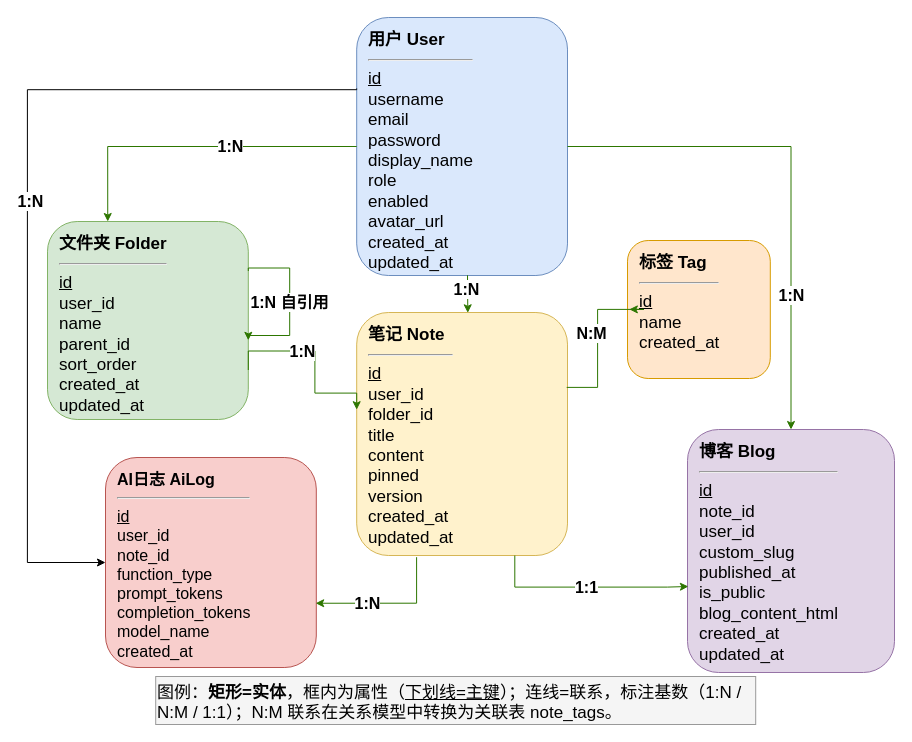
SeekLife0/diagrams keeps this draw.io diagram as E-R图.drawio. Above is the earlier version. Source tidied: cells renumbered, new cells numbered last; positions are measured from the earlier drawing's top-left corner, leaving out a move shared by most shapes. Both pictures are drawn from the tidied source at 100%, with x=0, y=0 at pixel (27, 17).
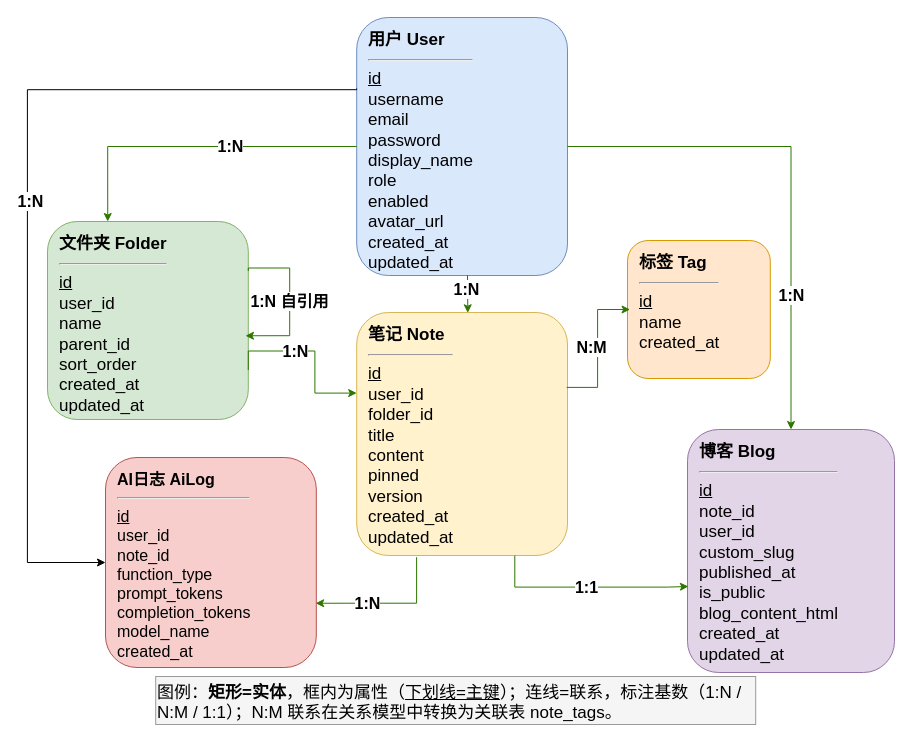
The same diagram, later.

Unchanged cells that the change refers to:
```xml
<mxCell id="3" value="&lt;b&gt;文件夹 Folder&lt;/b&gt;&lt;br&gt;&lt;hr&gt;&lt;u&gt;id&lt;/u&gt;&lt;br&gt;user_id&lt;br&gt;name&lt;br&gt;parent_id&lt;br&gt;sort_order&lt;br&gt;created_at&lt;br&gt;updated_at" style="rounded=1;whiteSpace=wrap;html=1;fillColor=#d5e8d4;strokeColor=#82b366;verticalAlign=top;align=left;spacingLeft=10;spacingTop=6;fontSize=17;" parent="1" vertex="1">
  <mxGeometry x="20" y="204" width="200.8" height="198" as="geometry" />
</mxCell>
<mxCell id="4" value="&lt;b&gt;笔记 Note&lt;/b&gt;&lt;br&gt;&lt;hr&gt;&lt;u&gt;id&lt;/u&gt;&lt;br&gt;user_id&lt;br&gt;folder_id&lt;br&gt;title&lt;br&gt;content&lt;br&gt;pinned&lt;br&gt;version&lt;br&gt;created_at&lt;br&gt;updated_at" style="rounded=1;whiteSpace=wrap;html=1;fillColor=#fff2cc;strokeColor=#d6b656;verticalAlign=top;align=left;spacingLeft=10;spacingTop=6;fontSize=17;" parent="1" vertex="1">
  <mxGeometry x="329.2" y="295" width="210.8" height="243" as="geometry" />
</mxCell>
<mxCell id="5" value="&lt;b&gt;标签 Tag&lt;/b&gt;&lt;br&gt;&lt;hr&gt;&lt;u&gt;id&lt;/u&gt;&lt;br&gt;name&lt;br&gt;created_at" style="rounded=1;whiteSpace=wrap;html=1;fillColor=#ffe6cc;strokeColor=#d79b00;verticalAlign=top;align=left;spacingLeft=10;spacingTop=6;fontSize=17;" parent="1" vertex="1">
  <mxGeometry x="600" y="223" width="142.8" height="138" as="geometry" />
</mxCell>
```

The edit, as a diff of the source:
```diff
@@
-    <mxCell id="12" value="1:N" style="edgeStyle=orthogonalEdgeStyle;rounded=0;jettySize=auto;html=1;fontStyle=1;fontSize=16;labelBackgroundColor=light-dark(#FFFFFF,#FFFFFF);exitX=1;exitY=0.75;exitDx=0;exitDy=0;entryX=0;entryY=0.4;entryDx=0;entryDy=0;fillColor=#60a917;strokeColor=light-dark(#2D7600,#000000);fontColor=light-dark(#000000,#000000);" parent="1" edge="1" source="3" target="4">
+    <mxCell id="12" value="1:N" style="edgeStyle=orthogonalEdgeStyle;rounded=0;jettySize=auto;html=1;fontStyle=1;fontSize=16;labelBackgroundColor=light-dark(#FFFFFF,#FFFFFF);exitX=1;exitY=0.75;exitDx=0;exitDy=0;fillColor=#60a917;strokeColor=light-dark(#2D7600,#000000);fontColor=light-dark(#000000,#000000);" parent="1" edge="1" source="3" target="4">
       <mxGeometry x="-0.22" relative="1" as="geometry">
         <Array as="points">
           <mxPoint x="220.8" y="333.5" />
           <mxPoint x="287.4" y="333.5" />
           <mxPoint x="287.4" y="375.6" />
         </Array>
       </mxGeometry>
     </mxCell>
-    <mxCell id="13" value="N:M" style="edgeStyle=orthogonalEdgeStyle;rounded=0;jettySize=auto;html=1;fontStyle=1;fontSize=16;labelBackgroundColor=light-dark(#FFFFFF,#FFFFFF);entryX=0.013;entryY=0.499;entryDx=0;entryDy=0;entryPerimeter=0;fillColor=#60a917;strokeColor=light-dark(#2D7600,#000000);fontColor=light-dark(#000000,#000000);" parent="1" edge="1" target="5">
+    <mxCell id="13" value="N:M" style="edgeStyle=orthogonalEdgeStyle;rounded=0;jettySize=auto;html=1;fontStyle=1;fontSize=16;labelBackgroundColor=light-dark(#FFFFFF,#FFFFFF);entryX=0.018;entryY=0.5;entryDx=0;entryDy=0;entryPerimeter=0;fillColor=#60a917;strokeColor=light-dark(#2D7600,#000000);fontColor=light-dark(#000000,#000000);" parent="1" edge="1" target="5">
       <mxGeometry x="-0.01" y="6" relative="1" as="geometry">
         <mxPoint x="539.2" y="369.9" as="sourcePoint" />
         <Array as="points">
           <mxPoint x="570.1" y="369.9" />
           <mxPoint x="570.1" y="291.9" />
-          <mxPoint x="616.5" y="291.9" />
         </Array>
         <mxPoint y="-1" as="offset" />
       </mxGeometry>
     </mxCell>
@@
-    <mxCell id="16" value="1:N 自引用" style="edgeStyle=orthogonalEdgeStyle;rounded=0;orthogonalLoop=1;jettySize=auto;html=1;fontStyle=1;fontSize=16;labelBackgroundColor=light-dark(#FFFFFF,#FFFFFF);exitX=1;exitY=0.25;exitDx=0;exitDy=0;entryX=1;entryY=0.6;entryDx=0;entryDy=0;innerLoopWaypoints=1;fillColor=#60a917;strokeColor=light-dark(#2D7600,#000000);fontColor=light-dark(#000000,#000000);" parent="1" edge="1" source="3" target="3">
+    <mxCell id="16" value="1:N 自引用" style="edgeStyle=orthogonalEdgeStyle;rounded=0;orthogonalLoop=1;jettySize=auto;html=1;fontStyle=1;fontSize=16;labelBackgroundColor=light-dark(#FFFFFF,#FFFFFF);exitX=1;exitY=0.25;exitDx=0;exitDy=0;entryX=0.986;entryY=0.577;entryDx=0;entryDy=0;innerLoopWaypoints=1;fillColor=#60a917;strokeColor=light-dark(#2D7600,#000000);fontColor=light-dark(#000000,#000000);entryPerimeter=0;" parent="1" edge="1" source="3" target="3">
       <mxGeometry relative="1" as="geometry">
         <Array as="points">
           <mxPoint x="220.8" y="250.5" />
           <mxPoint x="262.2" y="250.5" />
-          <mxPoint x="262.2" y="318" />
+          <mxPoint x="262.2" y="318.2" />
         </Array>
       </mxGeometry>
     </mxCell>
```
